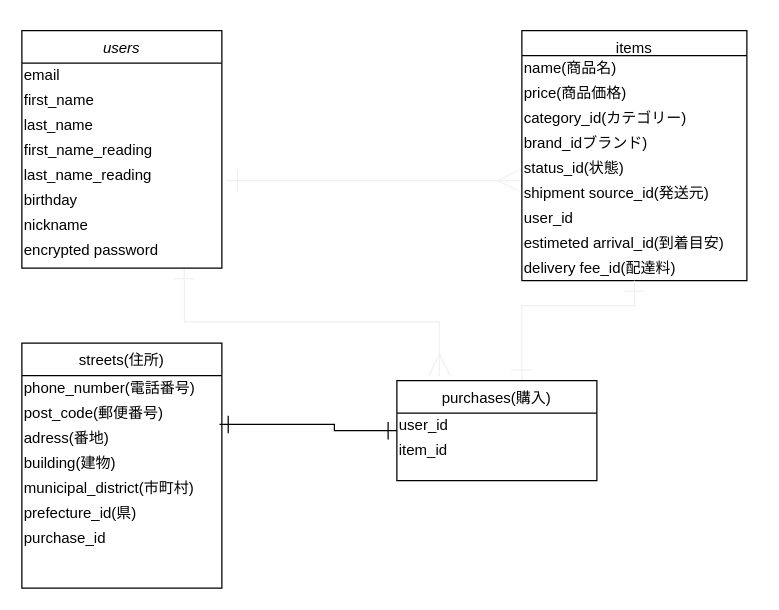
Earlier version of the draw.io diagram furima.dio (yoshimu708/furima-32150). Source tidied: cells renumbered, new cells numbered last; positions are measured from the earlier drawing's top-left corner, leaving out a move shared by most shapes. Both pictures are drawn from the tidied source at 125%, with x=0, y=0 at pixel (21, 30).
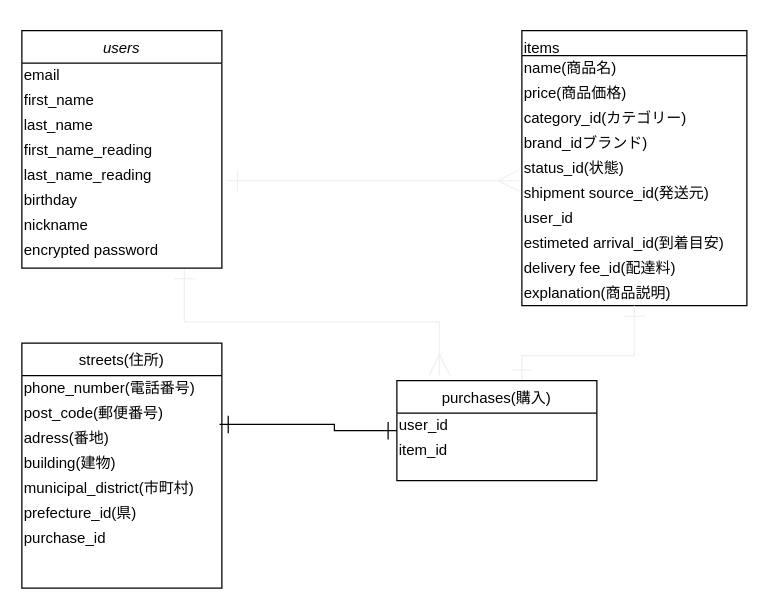
The same diagram, later.

Commit message (it also covers changes not shown here):
READMEに商品説明カラムの追加

What changed in the source:
```diff
@@
-    <mxCell id="14" value="items" style="swimlane;fontStyle=0;align=center;verticalAlign=top;horizontal=1;startSize=20;rounded=0;shadow=0;strokeWidth=1;" parent="1" vertex="1">
-      <mxGeometry x="400" width="180" height="200" as="geometry" />
+    <mxCell id="14" value="items" style="swimlane;fontStyle=0;align=left;verticalAlign=top;horizontal=1;startSize=20;rounded=0;shadow=0;strokeWidth=1;" parent="1" vertex="1">
+      <mxGeometry x="400" width="180" height="220" as="geometry" />
     </mxCell>
@@
+    <mxCell id="38" value="explanation(商品説明)" style="text;html=1;align=left;verticalAlign=middle;" parent="14" vertex="1">
+      <mxGeometry y="200" width="180" height="20" as="geometry" />
+    </mxCell>
     <mxCell id="25" style="edgeStyle=elbowEdgeStyle;rounded=0;jettySize=auto;elbow=vertical;html=1;startArrow=ERone;startFill=0;startSize=15;endArrow=ERone;endFill=0;endSize=15;targetPerimeterSpacing=0;strokeColor=#F0F0F0;entryX=0.5;entryY=1;entryDx=0;entryDy=0;" parent="1" edge="1" target="14">
       <mxGeometry relative="1" as="geometry">
         <mxPoint x="400" y="280" as="sourcePoint" />
         <Array as="points">
+          <mxPoint x="410" y="260" />
           <mxPoint x="490" y="220" />
           <mxPoint x="480" y="240" />
         </Array>
       </mxGeometry>
     </mxCell>
```
